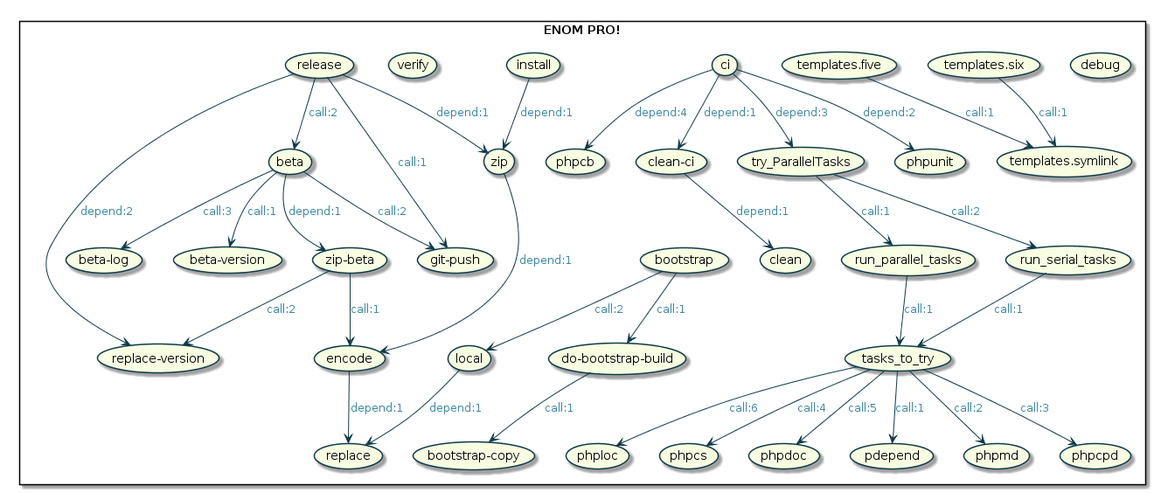
Above: resources/readme/enom-pro.png in jawira/phing-visualizer (PlantUML), before the change.
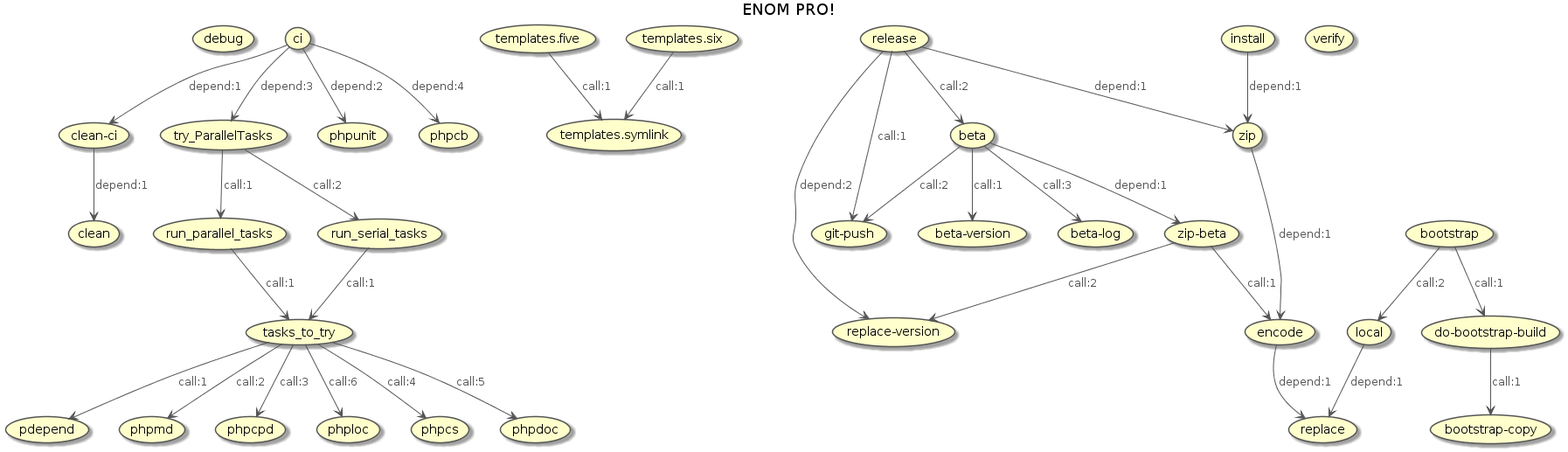
Above is the later version.

Change to the diagram source:
```diff
@@ -1,50 +1,54 @@
 @startuml
+title ENOM PRO!
+hide stereotype
 skinparam Arrow {
-Color #0C3A49
-FontColor #3787A6
+Color #555555
+FontColor #555555
 }
-skinparam Usecase {
-BackgroundColor #F7FEE1
-BorderColor #0C3A49
+skinparam UseCase {
+BackgroundColor #FFFFCC
+BorderColor #555555
 }
 
-rectangle "ENOM PRO!" {
-(debug)
-(clean)
-(clean-ci)
-(templates.five)
-(templates.six)
-(templates.symlink)
-(run_parallel_tasks)
-(run_serial_tasks)
-(tasks_to_try)
-(try_ParallelTasks)
-(phpunit)
-(pdepend)
-(phpmd)
-(phpcpd)
-(phploc)
-(phpcs)
-(phpdoc)
-(phpcb)
-(ci)
-(replace)
-(encode)
-(local)
-(bootstrap)
-(do-bootstrap-build)
-(bootstrap-copy)
-(replace-version)
-(release)
-(zip)
-(git-push)
-(zip-beta)
-(beta-version)
-(beta)
-(verify)
-(beta-log)
-(install)
+skinparam UseCase {
+BackgroundColor<< ENOM PRO! >> #FFFFCC
 }
+(debug)<< ENOM PRO! >>
+(clean)<< ENOM PRO! >>
+(clean-ci)<< ENOM PRO! >>
+(templates.five)<< ENOM PRO! >>
+(templates.six)<< ENOM PRO! >>
+(templates.symlink)<< ENOM PRO! >>
+(run_parallel_tasks)<< ENOM PRO! >>
+(run_serial_tasks)<< ENOM PRO! >>
+(tasks_to_try)<< ENOM PRO! >>
+(try_ParallelTasks)<< ENOM PRO! >>
+(phpunit)<< ENOM PRO! >>
+(pdepend)<< ENOM PRO! >>
+(phpmd)<< ENOM PRO! >>
+(phpcpd)<< ENOM PRO! >>
+(phploc)<< ENOM PRO! >>
+(phpcs)<< ENOM PRO! >>
+(phpdoc)<< ENOM PRO! >>
+(phpcb)<< ENOM PRO! >>
+(ci)<< ENOM PRO! >>
+(replace)<< ENOM PRO! >>
+(encode)<< ENOM PRO! >>
+(local)<< ENOM PRO! >>
+(bootstrap)<< ENOM PRO! >>
+(do-bootstrap-build)<< ENOM PRO! >>
+(bootstrap-copy)<< ENOM PRO! >>
+(replace-version)<< ENOM PRO! >>
+(release)<< ENOM PRO! >>
+(zip)<< ENOM PRO! >>
+(git-push)<< ENOM PRO! >>
+(zip-beta)<< ENOM PRO! >>
+(beta-version)<< ENOM PRO! >>
+(beta)<< ENOM PRO! >>
+(verify)<< ENOM PRO! >>
+(beta-log)<< ENOM PRO! >>
+(install)<< ENOM PRO! >>
+
 
 (clean-ci) --> (clean) : depend:1
 (templates.five) --> (templates.symlink) : call:1
```
